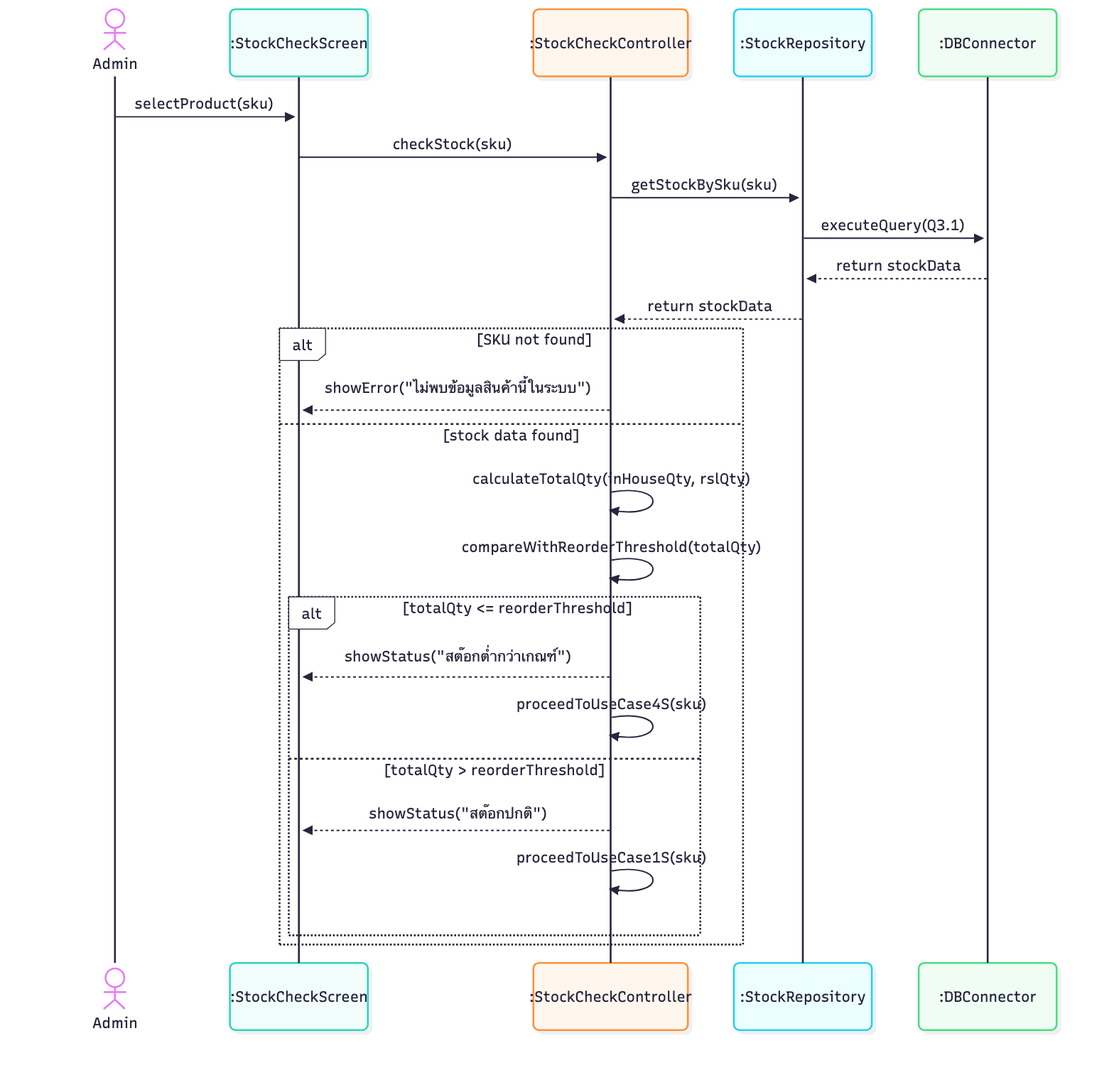
The Mermaid diagram 03-chapter2-use-case-descriptions/diagrams/png/3S-sequence.png in xbpkdi/321-sa-proj, before a commit. Its source is kept beside it as 03-chapter2-use-case-descriptions/diagrams/mmd/3S-sequence.mmd. Its diagram source:
```mermaid
sequenceDiagram
    actor Admin
    participant Screen as :StockCheckScreen
    participant SCC as :StockCheckController
    participant StockRepo as :StockRepository
    participant DB as :DBConnector

    Admin->>Screen: selectProduct(sku)
    Screen->>SCC: checkStock(sku)
    SCC->>StockRepo: getStockBySku(sku)
    StockRepo->>DB: executeQuery(Q3.1)
    DB-->>StockRepo: return stockData
    StockRepo-->>SCC: return stockData
    alt SKU not found
        SCC-->>Screen: showError("ไม่พบข้อมูลสินค้านี้ในระบบ")
    else stock data found
        SCC->>SCC: calculateTotalQty(inHouseQty, rslQty)
        SCC->>SCC: compareWithReorderThreshold(totalQty)
        alt totalQty <= reorderThreshold
            SCC-->>Screen: showStatus("สต๊อกต่ำกว่าเกณฑ์")
            SCC->>SCC: proceedToUseCase4S(sku)
        else totalQty > reorderThreshold
            SCC-->>Screen: showStatus("สต๊อกปกติ")
            SCC->>SCC: proceedToUseCase1S(sku)
        end
    end
```
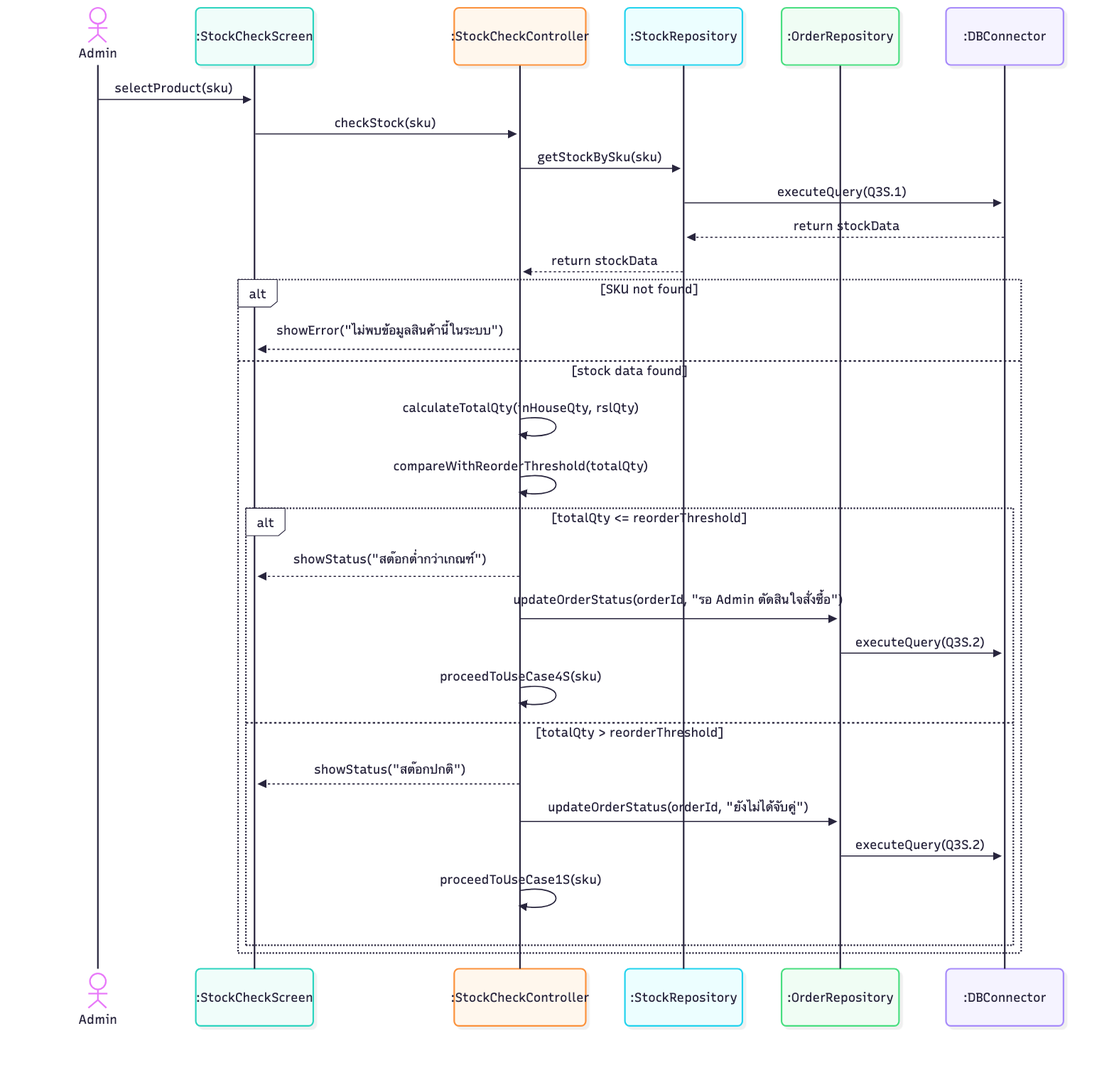
After the change.

Diff of the diagram source:
```diff
@@ -3,12 +3,13 @@
     participant Screen as :StockCheckScreen
     participant SCC as :StockCheckController
     participant StockRepo as :StockRepository
+    participant OrderRepo as :OrderRepository
     participant DB as :DBConnector
 
     Admin->>Screen: selectProduct(sku)
     Screen->>SCC: checkStock(sku)
     SCC->>StockRepo: getStockBySku(sku)
-    StockRepo->>DB: executeQuery(Q3.1)
+    StockRepo->>DB: executeQuery(Q3S.1)
     DB-->>StockRepo: return stockData
     StockRepo-->>SCC: return stockData
     alt SKU not found
@@ -18,9 +19,13 @@
         SCC->>SCC: compareWithReorderThreshold(totalQty)
         alt totalQty <= reorderThreshold
             SCC-->>Screen: showStatus("สต๊อกต่ำกว่าเกณฑ์")
+            SCC->>OrderRepo: updateOrderStatus(orderId, "รอ Admin ตัดสินใจสั่งซื้อ")
+            OrderRepo->>DB: executeQuery(Q3S.2)
             SCC->>SCC: proceedToUseCase4S(sku)
         else totalQty > reorderThreshold
             SCC-->>Screen: showStatus("สต๊อกปกติ")
+            SCC->>OrderRepo: updateOrderStatus(orderId, "ยังไม่ได้จับคู่")
+            OrderRepo->>DB: executeQuery(Q3S.2)
             SCC->>SCC: proceedToUseCase1S(sku)
         end
     end
```
